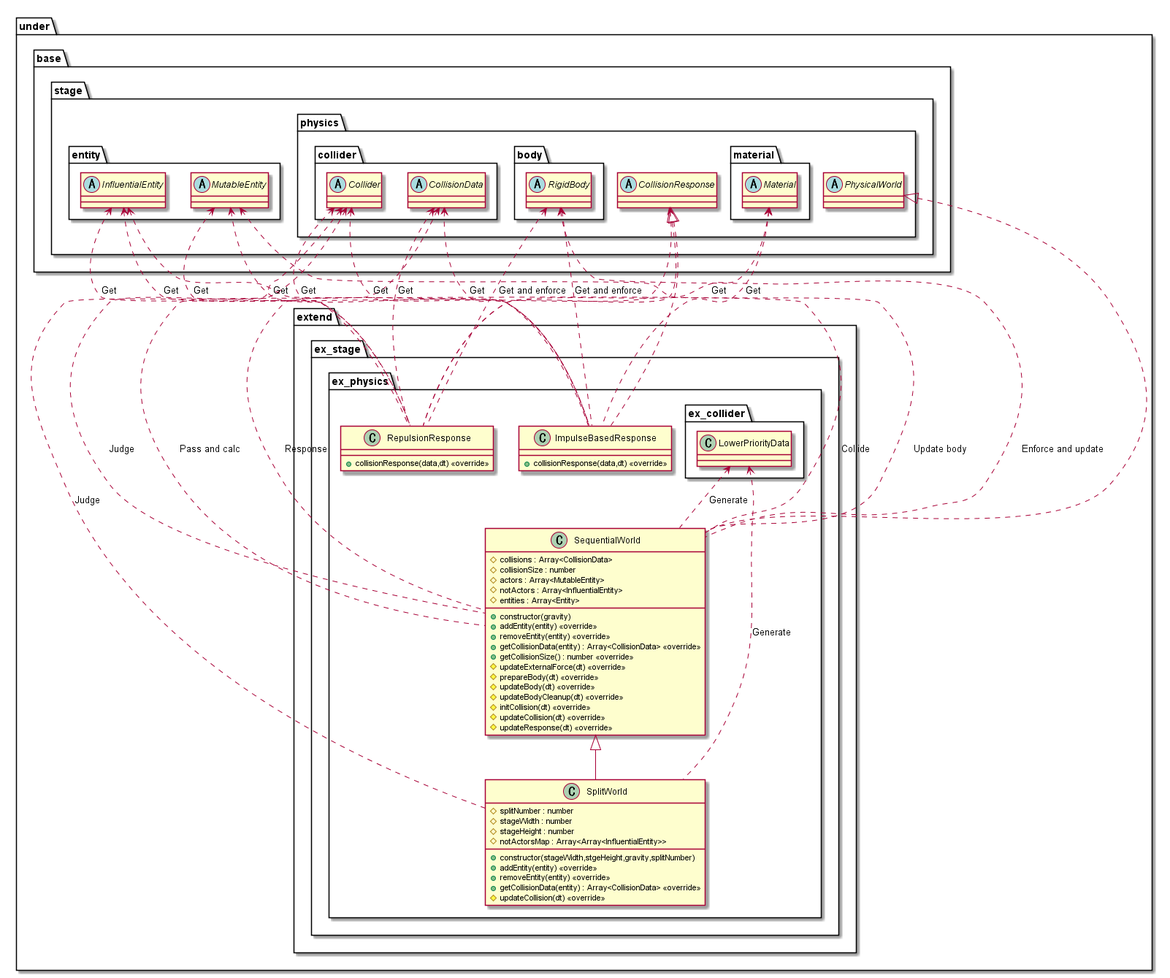
The PlantUML diagram out/uml/stage/ExtendPhysics/StageExtend.png in Expine/Under, before a commit.
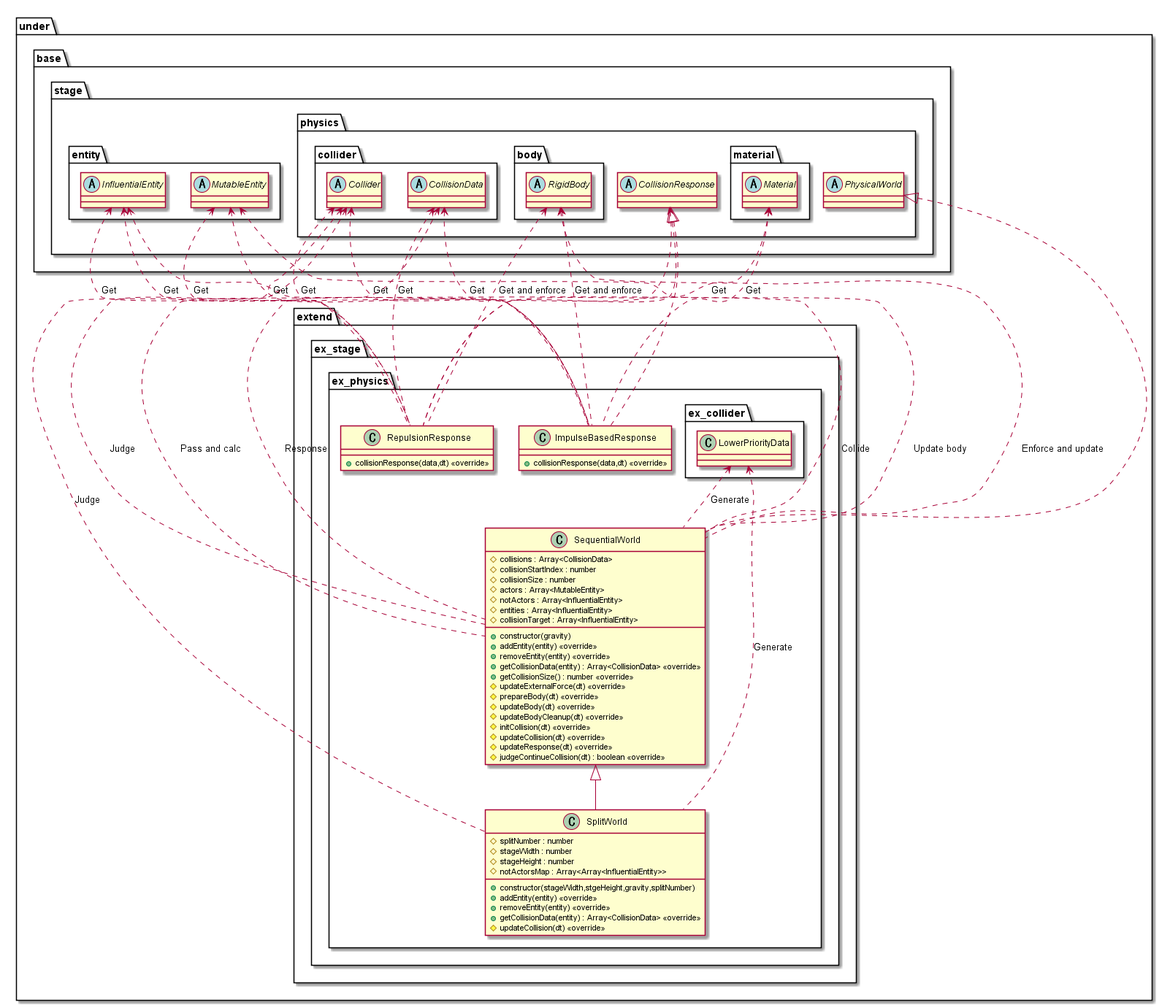
After the commit.

Diff of the diagram source:
```diff
@@ -6,10 +6,12 @@
                 class SequentialWorld {
                     +constructor(gravity)
                     #collisions : Array<CollisionData>
+                    #collisionStartIndex : number
                     #collisionSize : number
                     #actors : Array<MutableEntity>
                     #notActors : Array<InfluentialEntity>
-                    #entities : Array<Entity>
+                    #entities : Array<InfluentialEntity>
+                    #collisionTarget : Array<InfluentialEntity>
                     +addEntity(entity) <<override>>
                     +removeEntity(entity) <<override>>
                     +getCollisionData(entity) : Array<CollisionData> <<override>>
@@ -21,6 +23,7 @@
                     #initCollision(dt) <<override>>
                     #updateCollision(dt) <<override>>
                     #updateResponse(dt) <<override>>
+                    #judgeContinueCollision(dt) : boolean <<override>>
                 }
                 class SplitWorld {
                     +constructor(stageWidth,stgeHeight,gravity,splitNumber)
```
